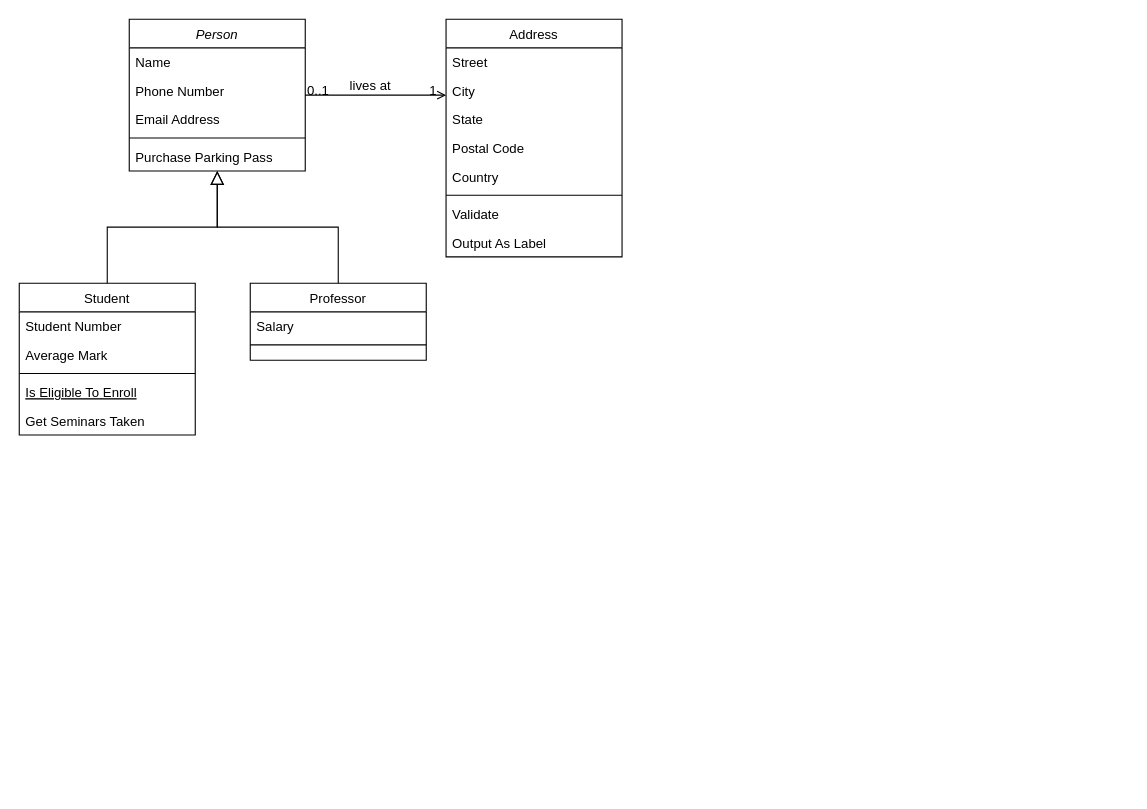
Earlier version of the draw.io diagram cardgame.drawio (yemiliey/ScuffTheSpire). Source tidied: cells renumbered, new cells numbered last; positions are measured from the earlier drawing's top-left corner, leaving out a move shared by most shapes. Both pictures are drawn from the tidied source at 110%, with x=0, y=0 at pixel (19, 19).
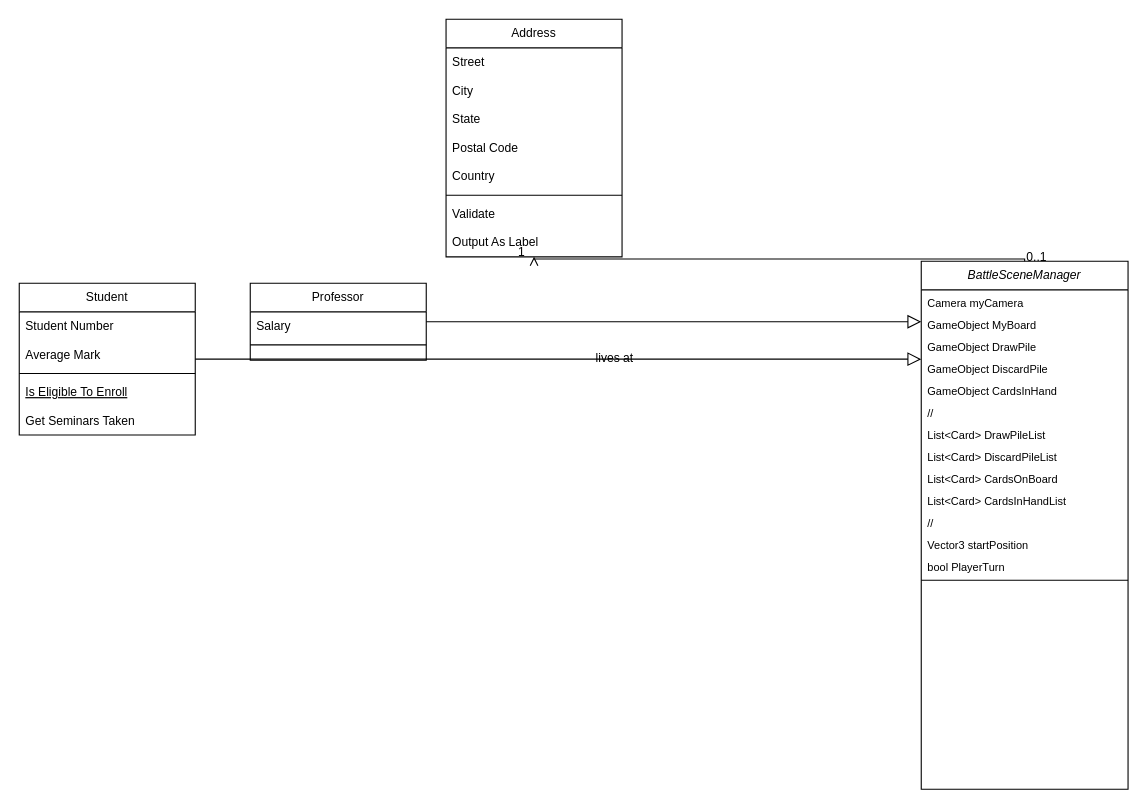
Above is the later version.

The edit, as a diff of the source:
```diff
@@
-    <mxCell id="2" value="Person" style="swimlane;fontStyle=2;align=center;verticalAlign=top;horizontal=1;startSize=26;rounded=0;shadow=0;strokeWidth=1;" parent="1" vertex="1">
-      <mxGeometry x="100" width="160" height="138" as="geometry" />
+    <mxCell id="2" value="BattleSceneManager" style="swimlane;fontStyle=2;align=center;verticalAlign=top;horizontal=1;startSize=26;rounded=0;shadow=0;strokeWidth=1;fontSize=11;" parent="1" vertex="1">
+      <mxGeometry x="820" y="220" width="188" height="480" as="geometry" />
     </mxCell>
-    <mxCell id="3" value="Name" style="text;align=left;verticalAlign=top;spacingLeft=4;spacingRight=4;overflow=hidden;" parent="2" vertex="1">
-      <mxGeometry y="26" width="160" height="26" as="geometry" />
+    <mxCell id="3" value="Camera myCamera" style="text;align=left;verticalAlign=top;spacingLeft=4;spacingRight=4;overflow=hidden;fontSize=10;" parent="2" vertex="1">
+      <mxGeometry y="26" width="188" height="20" as="geometry" />
     </mxCell>
-    <mxCell id="4" value="Phone Number" style="text;align=left;verticalAlign=top;spacingLeft=4;spacingRight=4;overflow=hidden;rounded=0;shadow=0;html=0;" parent="2" vertex="1">
-      <mxGeometry y="52" width="160" height="26" as="geometry" />
+    <mxCell id="4" value="GameObject MyBoard" style="text;align=left;verticalAlign=top;spacingLeft=4;spacingRight=4;overflow=hidden;rounded=0;shadow=0;html=0;fontSize=10;" parent="2" vertex="1">
+      <mxGeometry y="46" width="188" height="20" as="geometry" />
     </mxCell>
-    <mxCell id="5" value="Email Address" style="text;align=left;verticalAlign=top;spacingLeft=4;spacingRight=4;overflow=hidden;rounded=0;shadow=0;html=0;" parent="2" vertex="1">
-      <mxGeometry y="78" width="160" height="26" as="geometry" />
+    <mxCell id="5" value="GameObject DrawPile" style="text;align=left;verticalAlign=top;spacingLeft=4;spacingRight=4;overflow=hidden;rounded=0;shadow=0;html=0;fontSize=10;" parent="2" vertex="1">
+      <mxGeometry y="66" width="188" height="20" as="geometry" />
     </mxCell>
-    <mxCell id="6" style="line;html=1;strokeWidth=1;align=left;verticalAlign=middle;spacingTop=-1;spacingLeft=3;spacingRight=3;labelPosition=right;" parent="2" vertex="1">
-      <mxGeometry y="104" width="160" height="8" as="geometry" />
-    </mxCell>
+    <mxCell id="32" value="GameObject DiscardPile" style="text;align=left;verticalAlign=top;spacingLeft=4;spacingRight=4;overflow=hidden;rounded=0;shadow=0;html=0;fontSize=10;" parent="2" vertex="1">
+      <mxGeometry y="86" width="188" height="20" as="geometry" />
+    </mxCell>
-    <mxCell id="7" value="Purchase Parking Pass" style="text;align=left;verticalAlign=top;spacingLeft=4;spacingRight=4;overflow=hidden;" parent="2" vertex="1">
-      <mxGeometry y="112" width="160" height="26" as="geometry" />
+    <mxCell id="7" value="GameObject CardsInHand&#10;" style="text;align=left;verticalAlign=top;spacingLeft=4;spacingRight=4;overflow=hidden;fontSize=10;" parent="2" vertex="1">
+      <mxGeometry y="106" width="188" height="20" as="geometry" />
     </mxCell>
+    <mxCell id="33" value="//" style="text;align=left;verticalAlign=top;spacingLeft=4;spacingRight=4;overflow=hidden;fontSize=10;" parent="2" vertex="1">
+      <mxGeometry y="126" width="188" height="20" as="geometry" />
+    </mxCell>
+    <mxCell id="34" value="List&lt;Card&gt; DrawPileList" style="text;align=left;verticalAlign=top;spacingLeft=4;spacingRight=4;overflow=hidden;fontSize=10;" parent="2" vertex="1">
+      <mxGeometry y="146" width="188" height="20" as="geometry" />
+    </mxCell>
+    <mxCell id="35" value="List&lt;Card&gt; DiscardPileList" style="text;align=left;verticalAlign=top;spacingLeft=4;spacingRight=4;overflow=hidden;fontSize=10;" parent="2" vertex="1">
+      <mxGeometry y="166" width="188" height="20" as="geometry" />
+    </mxCell>
+    <mxCell id="36" value="List&lt;Card&gt; CardsOnBoard&#10;" style="text;align=left;verticalAlign=top;spacingLeft=4;spacingRight=4;overflow=hidden;fontSize=10;" parent="2" vertex="1">
+      <mxGeometry y="186" width="188" height="20" as="geometry" />
+    </mxCell>
+    <mxCell id="37" value="List&lt;Card&gt; CardsInHandList" style="text;align=left;verticalAlign=top;spacingLeft=4;spacingRight=4;overflow=hidden;fontSize=10;" parent="2" vertex="1">
+      <mxGeometry y="206" width="188" height="20" as="geometry" />
+    </mxCell>
+    <mxCell id="38" value="//" style="text;align=left;verticalAlign=top;spacingLeft=4;spacingRight=4;overflow=hidden;fontSize=10;" parent="2" vertex="1">
+      <mxGeometry y="226" width="188" height="20" as="geometry" />
+    </mxCell>
+    <mxCell id="39" value="Vector3 startPosition&#10;" style="text;align=left;verticalAlign=top;spacingLeft=4;spacingRight=4;overflow=hidden;fontSize=10;" parent="2" vertex="1">
+      <mxGeometry y="246" width="188" height="20" as="geometry" />
+    </mxCell>
+    <mxCell id="40" value="bool PlayerTurn&#10;" style="text;align=left;verticalAlign=top;spacingLeft=4;spacingRight=4;overflow=hidden;fontSize=10;" parent="2" vertex="1">
+      <mxGeometry y="266" width="188" height="20" as="geometry" />
+    </mxCell>
+    <mxCell id="41" style="line;html=1;strokeWidth=1;align=left;verticalAlign=middle;spacingTop=-1;spacingLeft=3;spacingRight=3;labelPosition=right;fontSize=11;" parent="2" vertex="1">
+      <mxGeometry y="286" width="188" height="8" as="geometry" />
+    </mxCell>
-    <mxCell id="8" value="Student" style="swimlane;fontStyle=0;align=center;verticalAlign=top;horizontal=1;startSize=26;rounded=0;shadow=0;strokeWidth=1;" parent="1" vertex="1">
+    <mxCell id="8" value="Student" style="swimlane;fontStyle=0;align=center;verticalAlign=top;horizontal=1;startSize=26;rounded=0;shadow=0;strokeWidth=1;fontSize=11;" parent="1" vertex="1">
       <mxGeometry y="240" width="160" height="138" as="geometry" />
     </mxCell>
-    <mxCell id="9" value="Student Number" style="text;align=left;verticalAlign=top;spacingLeft=4;spacingRight=4;overflow=hidden;" parent="8" vertex="1">
+    <mxCell id="9" value="Student Number" style="text;align=left;verticalAlign=top;spacingLeft=4;spacingRight=4;overflow=hidden;fontSize=11;" parent="8" vertex="1">
       <mxGeometry y="26" width="160" height="26" as="geometry" />
     </mxCell>
-    <mxCell id="10" value="Average Mark" style="text;align=left;verticalAlign=top;spacingLeft=4;spacingRight=4;overflow=hidden;rounded=0;shadow=0;html=0;" parent="8" vertex="1">
+    <mxCell id="10" value="Average Mark" style="text;align=left;verticalAlign=top;spacingLeft=4;spacingRight=4;overflow=hidden;rounded=0;shadow=0;html=0;fontSize=11;" parent="8" vertex="1">
       <mxGeometry y="52" width="160" height="26" as="geometry" />
     </mxCell>
-    <mxCell id="11" style="line;html=1;strokeWidth=1;align=left;verticalAlign=middle;spacingTop=-1;spacingLeft=3;spacingRight=3;labelPosition=right;" parent="8" vertex="1">
+    <mxCell id="11" style="line;html=1;strokeWidth=1;align=left;verticalAlign=middle;spacingTop=-1;spacingLeft=3;spacingRight=3;labelPosition=right;fontSize=11;" parent="8" vertex="1">
       <mxGeometry y="78" width="160" height="8" as="geometry" />
     </mxCell>
-    <mxCell id="12" value="Is Eligible To Enroll" style="text;align=left;verticalAlign=top;spacingLeft=4;spacingRight=4;overflow=hidden;fontStyle=4;" parent="8" vertex="1">
+    <mxCell id="12" value="Is Eligible To Enroll" style="text;align=left;verticalAlign=top;spacingLeft=4;spacingRight=4;overflow=hidden;fontStyle=4;fontSize=11;" parent="8" vertex="1">
       <mxGeometry y="86" width="160" height="26" as="geometry" />
     </mxCell>
-    <mxCell id="13" value="Get Seminars Taken" style="text;align=left;verticalAlign=top;spacingLeft=4;spacingRight=4;overflow=hidden;" parent="8" vertex="1">
+    <mxCell id="13" value="Get Seminars Taken" style="text;align=left;verticalAlign=top;spacingLeft=4;spacingRight=4;overflow=hidden;fontSize=11;" parent="8" vertex="1">
       <mxGeometry y="112" width="160" height="26" as="geometry" />
     </mxCell>
-    <mxCell id="14" style="endArrow=block;endSize=10;endFill=0;shadow=0;strokeWidth=1;rounded=0;edgeStyle=elbowEdgeStyle;elbow=vertical;" parent="1" edge="1" source="8" target="2">
+    <mxCell id="14" style="endArrow=block;endSize=10;endFill=0;shadow=0;strokeWidth=1;rounded=0;edgeStyle=elbowEdgeStyle;elbow=vertical;fontSize=11;" parent="1" edge="1" source="8" target="2">
       <mxGeometry relative="1" as="geometry" />
     </mxCell>
-    <mxCell id="15" value="Professor" style="swimlane;fontStyle=0;align=center;verticalAlign=top;horizontal=1;startSize=26;rounded=0;shadow=0;strokeWidth=1;" parent="1" vertex="1">
+    <mxCell id="15" value="Professor" style="swimlane;fontStyle=0;align=center;verticalAlign=top;horizontal=1;startSize=26;rounded=0;shadow=0;strokeWidth=1;fontSize=11;" parent="1" vertex="1">
       <mxGeometry x="210" y="240" width="160" height="70" as="geometry" />
     </mxCell>
-    <mxCell id="16" value="Salary" style="text;align=left;verticalAlign=top;spacingLeft=4;spacingRight=4;overflow=hidden;" parent="15" vertex="1">
+    <mxCell id="16" value="Salary" style="text;align=left;verticalAlign=top;spacingLeft=4;spacingRight=4;overflow=hidden;fontSize=11;" parent="15" vertex="1">
       <mxGeometry y="26" width="160" height="26" as="geometry" />
     </mxCell>
-    <mxCell id="17" style="line;html=1;strokeWidth=1;align=left;verticalAlign=middle;spacingTop=-1;spacingLeft=3;spacingRight=3;labelPosition=right;" parent="15" vertex="1">
+    <mxCell id="17" style="line;html=1;strokeWidth=1;align=left;verticalAlign=middle;spacingTop=-1;spacingLeft=3;spacingRight=3;labelPosition=right;fontSize=11;" parent="15" vertex="1">
       <mxGeometry y="52" width="160" height="8" as="geometry" />
     </mxCell>
-    <mxCell id="18" style="endArrow=block;endSize=10;endFill=0;shadow=0;strokeWidth=1;rounded=0;edgeStyle=elbowEdgeStyle;elbow=vertical;" parent="1" edge="1" source="15" target="2">
+    <mxCell id="18" style="endArrow=block;endSize=10;endFill=0;shadow=0;strokeWidth=1;rounded=0;edgeStyle=elbowEdgeStyle;elbow=vertical;fontSize=11;" parent="1" edge="1" source="15" target="2">
       <mxGeometry relative="1" as="geometry" />
     </mxCell>
-    <mxCell id="19" value="Address" style="swimlane;fontStyle=0;align=center;verticalAlign=top;horizontal=1;startSize=26;rounded=0;shadow=0;strokeWidth=1;" parent="1" vertex="1">
+    <mxCell id="19" value="Address" style="swimlane;fontStyle=0;align=center;verticalAlign=top;horizontal=1;startSize=26;rounded=0;shadow=0;strokeWidth=1;fontSize=11;" parent="1" vertex="1">
       <mxGeometry x="388" width="160" height="216" as="geometry" />
     </mxCell>
-    <mxCell id="20" value="Street" style="text;align=left;verticalAlign=top;spacingLeft=4;spacingRight=4;overflow=hidden;" parent="19" vertex="1">
+    <mxCell id="20" value="Street" style="text;align=left;verticalAlign=top;spacingLeft=4;spacingRight=4;overflow=hidden;fontSize=11;" parent="19" vertex="1">
       <mxGeometry y="26" width="160" height="26" as="geometry" />
     </mxCell>
-    <mxCell id="21" value="City" style="text;align=left;verticalAlign=top;spacingLeft=4;spacingRight=4;overflow=hidden;rounded=0;shadow=0;html=0;" parent="19" vertex="1">
+    <mxCell id="21" value="City" style="text;align=left;verticalAlign=top;spacingLeft=4;spacingRight=4;overflow=hidden;rounded=0;shadow=0;html=0;fontSize=11;" parent="19" vertex="1">
       <mxGeometry y="52" width="160" height="26" as="geometry" />
     </mxCell>
-    <mxCell id="22" value="State" style="text;align=left;verticalAlign=top;spacingLeft=4;spacingRight=4;overflow=hidden;rounded=0;shadow=0;html=0;" parent="19" vertex="1">
+    <mxCell id="22" value="State" style="text;align=left;verticalAlign=top;spacingLeft=4;spacingRight=4;overflow=hidden;rounded=0;shadow=0;html=0;fontSize=11;" parent="19" vertex="1">
       <mxGeometry y="78" width="160" height="26" as="geometry" />
     </mxCell>
-    <mxCell id="23" value="Postal Code" style="text;align=left;verticalAlign=top;spacingLeft=4;spacingRight=4;overflow=hidden;rounded=0;shadow=0;html=0;" parent="19" vertex="1">
+    <mxCell id="23" value="Postal Code" style="text;align=left;verticalAlign=top;spacingLeft=4;spacingRight=4;overflow=hidden;rounded=0;shadow=0;html=0;fontSize=11;" parent="19" vertex="1">
       <mxGeometry y="104" width="160" height="26" as="geometry" />
     </mxCell>
-    <mxCell id="24" value="Country" style="text;align=left;verticalAlign=top;spacingLeft=4;spacingRight=4;overflow=hidden;rounded=0;shadow=0;html=0;" parent="19" vertex="1">
+    <mxCell id="24" value="Country" style="text;align=left;verticalAlign=top;spacingLeft=4;spacingRight=4;overflow=hidden;rounded=0;shadow=0;html=0;fontSize=11;" parent="19" vertex="1">
       <mxGeometry y="130" width="160" height="26" as="geometry" />
     </mxCell>
-    <mxCell id="25" style="line;html=1;strokeWidth=1;align=left;verticalAlign=middle;spacingTop=-1;spacingLeft=3;spacingRight=3;labelPosition=right;" parent="19" vertex="1">
+    <mxCell id="25" style="line;html=1;strokeWidth=1;align=left;verticalAlign=middle;spacingTop=-1;spacingLeft=3;spacingRight=3;labelPosition=right;fontSize=11;" parent="19" vertex="1">
       <mxGeometry y="156" width="160" height="8" as="geometry" />
     </mxCell>
-    <mxCell id="26" value="Validate" style="text;align=left;verticalAlign=top;spacingLeft=4;spacingRight=4;overflow=hidden;" parent="19" vertex="1">
+    <mxCell id="26" value="Validate" style="text;align=left;verticalAlign=top;spacingLeft=4;spacingRight=4;overflow=hidden;fontSize=11;" parent="19" vertex="1">
       <mxGeometry y="164" width="160" height="26" as="geometry" />
     </mxCell>
-    <mxCell id="27" value="Output As Label" style="text;align=left;verticalAlign=top;spacingLeft=4;spacingRight=4;overflow=hidden;" parent="19" vertex="1">
+    <mxCell id="27" value="Output As Label" style="text;align=left;verticalAlign=top;spacingLeft=4;spacingRight=4;overflow=hidden;fontSize=11;" parent="19" vertex="1">
       <mxGeometry y="190" width="160" height="26" as="geometry" />
     </mxCell>
-    <mxCell id="28" style="endArrow=open;shadow=0;strokeWidth=1;rounded=0;endFill=1;edgeStyle=elbowEdgeStyle;elbow=vertical;" parent="1" edge="1" source="2" target="19">
+    <mxCell id="28" style="endArrow=open;shadow=0;strokeWidth=1;rounded=0;endFill=1;edgeStyle=elbowEdgeStyle;elbow=vertical;fontSize=11;" parent="1" edge="1" source="2" target="19">
       <mxGeometry x="0.5" y="41" relative="1" as="geometry">
         <mxPoint x="-40" y="32" as="offset" />
       </mxGeometry>
     </mxCell>
-    <mxCell id="29" value="0..1" style="align=left;verticalAlign=bottom;labelBackgroundColor=none;fontSize=12;" parent="28" vertex="1">
+    <mxCell id="29" value="0..1" style="align=left;verticalAlign=bottom;labelBackgroundColor=none;fontSize=11;" parent="28" vertex="1">
       <mxGeometry x="-1" relative="1" as="geometry">
         <mxPoint y="4" as="offset" />
       </mxGeometry>
     </mxCell>
-    <mxCell id="30" value="1" style="align=right;verticalAlign=bottom;labelBackgroundColor=none;fontSize=12;" parent="28" vertex="1">
+    <mxCell id="30" value="1" style="align=right;verticalAlign=bottom;labelBackgroundColor=none;fontSize=11;" parent="28" vertex="1">
       <mxGeometry x="1" relative="1" as="geometry">
         <mxPoint x="-7" y="4" as="offset" />
       </mxGeometry>
     </mxCell>
-    <mxCell id="31" value="lives at" style="text;html=1;align=center;verticalAlign=middle;labelBackgroundColor=none;rounded=0;shadow=0;strokeWidth=1;fontSize=12;" parent="28" vertex="1">
+    <mxCell id="31" value="lives at" style="text;html=1;align=center;verticalAlign=middle;labelBackgroundColor=none;rounded=0;shadow=0;strokeWidth=1;fontSize=11;" parent="28" vertex="1">
       <mxGeometry x="0.5" y="49" relative="1" as="geometry">
         <mxPoint x="-38" y="40" as="offset" />
       </mxGeometry>
     </mxCell>
```
